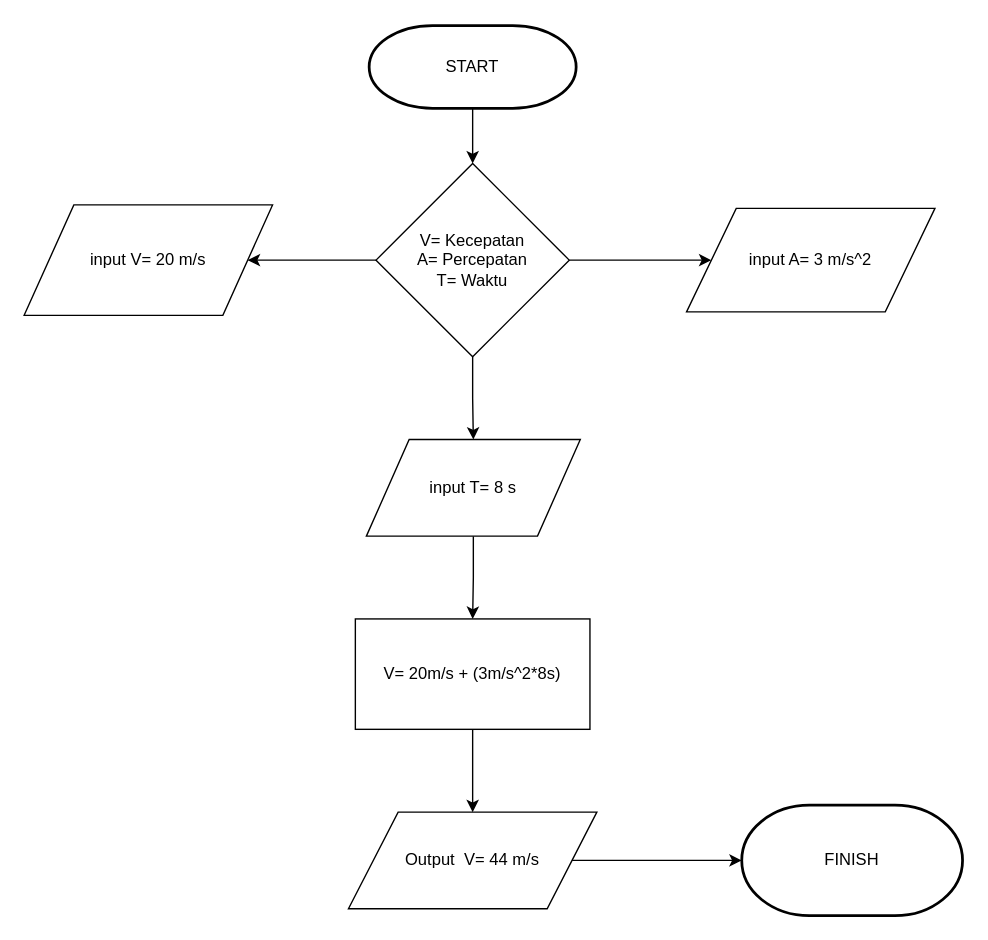
This is nilai kecepatan dan kecepatan .drawio from Puripurna0/algo_b_23241071_, a draw.io file, before an edit. Source tidied: cells renumbered, new cells numbered last; positions are measured from the earlier drawing's top-left corner, leaving out a move shared by most shapes. Both pictures are drawn from the tidied source at 138%, with x=0, y=0 at pixel (23, 25).
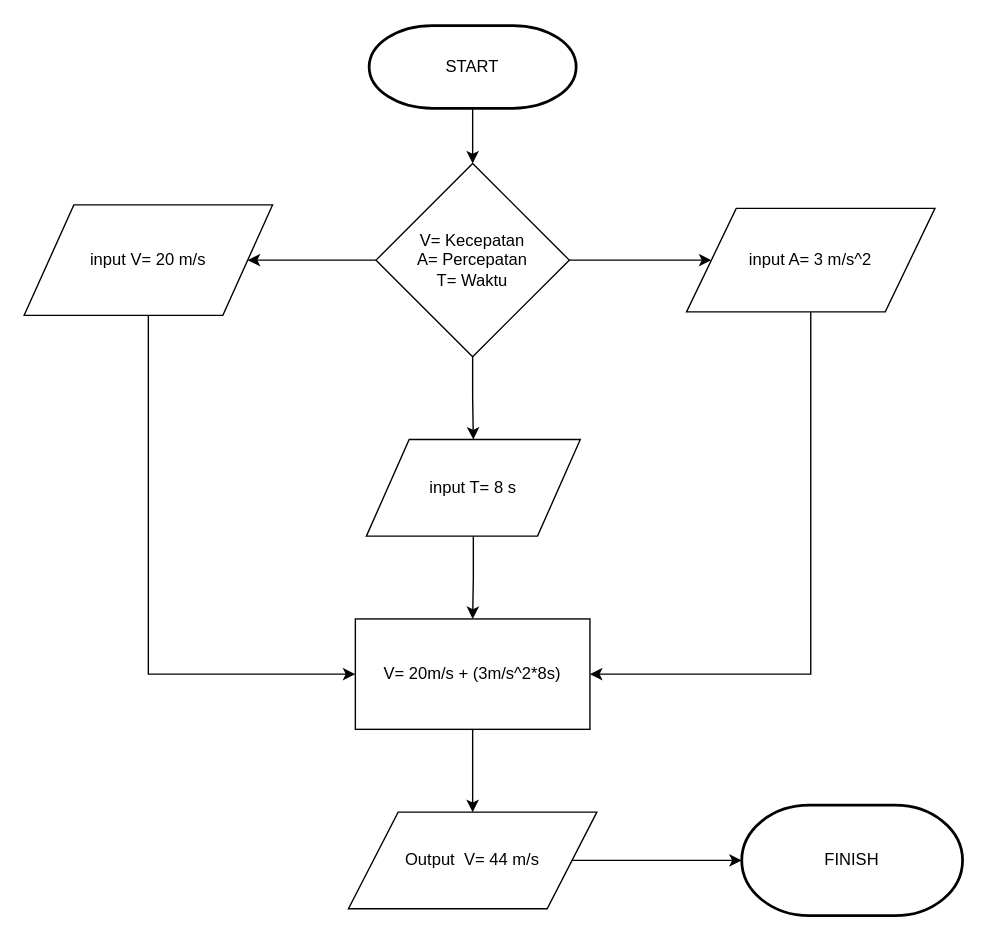
The same page after the edit.

What changed in the source:
```diff
@@
 <mxGraphModel>
   <root>
     <mxCell id="0" />
     <mxCell id="1" parent="0" />
     <mxCell id="2" style="edgeStyle=orthogonalEdgeStyle;rounded=0;jettySize=auto;html=1;" parent="1" edge="1" source="3" target="10">
       <mxGeometry relative="1" as="geometry" />
     </mxCell>
     <mxCell id="3" value="START" style="strokeWidth=2;html=1;shape=mxgraph.flowchart.terminator;whiteSpace=wrap;" parent="1" vertex="1">
       <mxGeometry x="250" width="150" height="60" as="geometry" />
     </mxCell>
     <mxCell id="4" style="edgeStyle=orthogonalEdgeStyle;rounded=0;jettySize=auto;html=1;" parent="1" edge="1" source="5" target="6">
       <mxGeometry relative="1" as="geometry" />
     </mxCell>
     <mxCell id="5" value="Output&amp;nbsp; V= 44 m/s" style="shape=parallelogram;perimeter=parallelogramPerimeter;whiteSpace=wrap;html=1;dashed=0;" parent="1" vertex="1">
       <mxGeometry x="235" y="570" width="180" height="70" as="geometry" />
     </mxCell>
     <mxCell id="6" value="FINISH" style="strokeWidth=2;html=1;shape=mxgraph.flowchart.terminator;whiteSpace=wrap;" parent="1" vertex="1">
       <mxGeometry x="520" y="565" width="160" height="80" as="geometry" />
     </mxCell>
     <mxCell id="7" style="edgeStyle=orthogonalEdgeStyle;rounded=0;jettySize=auto;html=1;" parent="1" edge="1" source="10" target="11">
       <mxGeometry relative="1" as="geometry" />
     </mxCell>
     <mxCell id="8" style="edgeStyle=orthogonalEdgeStyle;rounded=0;jettySize=auto;html=1;" parent="1" edge="1" source="10" target="12">
       <mxGeometry relative="1" as="geometry" />
     </mxCell>
     <mxCell id="9" style="edgeStyle=orthogonalEdgeStyle;rounded=0;jettySize=auto;html=1;" parent="1" edge="1" source="10" target="14">
       <mxGeometry relative="1" as="geometry" />
     </mxCell>
     <mxCell id="10" value="V= Kecepatan&lt;br&gt;A= Percepatan&lt;br&gt;T= Waktu" style="rhombus;whiteSpace=wrap;html=1;" parent="1" vertex="1">
       <mxGeometry x="255" y="100" width="140" height="140" as="geometry" />
     </mxCell>
+    <mxCell id="17" style="edgeStyle=orthogonalEdgeStyle;rounded=0;jettySize=auto;html=1;exitX=0.5;exitY=1;exitDx=0;exitDy=0;entryX=0;entryY=0.5;entryDx=0;entryDy=0;" parent="1" edge="1" source="11" target="16">
+      <mxGeometry relative="1" as="geometry" />
+    </mxCell>
     <mxCell id="11" value="input V= 20 m/s" style="shape=parallelogram;perimeter=parallelogramPerimeter;whiteSpace=wrap;html=1;dashed=0;" parent="1" vertex="1">
       <mxGeometry y="130" width="180" height="80" as="geometry" />
     </mxCell>
+    <mxCell id="18" style="edgeStyle=orthogonalEdgeStyle;rounded=0;jettySize=auto;html=1;exitX=0.5;exitY=1;exitDx=0;exitDy=0;entryX=1;entryY=0.5;entryDx=0;entryDy=0;" parent="1" edge="1" source="12" target="16">
+      <mxGeometry relative="1" as="geometry" />
+    </mxCell>
     <mxCell id="12" value="input A= 3 m/s^2" style="shape=parallelogram;perimeter=parallelogramPerimeter;whiteSpace=wrap;html=1;dashed=0;" parent="1" vertex="1">
       <mxGeometry x="480" y="132.5" width="180" height="75" as="geometry" />
     </mxCell>
     <mxCell id="13" style="edgeStyle=orthogonalEdgeStyle;rounded=0;jettySize=auto;html=1;" parent="1" edge="1" source="14" target="16">
       <mxGeometry relative="1" as="geometry" />
     </mxCell>
     <mxCell id="14" value="input T= 8 s" style="shape=parallelogram;perimeter=parallelogramPerimeter;whiteSpace=wrap;html=1;dashed=0;" parent="1" vertex="1">
       <mxGeometry x="248" y="300" width="155" height="70" as="geometry" />
     </mxCell>
     <mxCell id="15" style="edgeStyle=orthogonalEdgeStyle;rounded=0;jettySize=auto;html=1;" parent="1" edge="1" source="16" target="5">
       <mxGeometry relative="1" as="geometry" />
     </mxCell>
     <mxCell id="16" value="V= 20m/s + (3m/s^2*8s)" style="html=1;dashed=0;whiteSpace=wrap;" parent="1" vertex="1">
       <mxGeometry x="240" y="430" width="170" height="80" as="geometry" />
     </mxCell>
   </root>
 </mxGraphModel>
```
